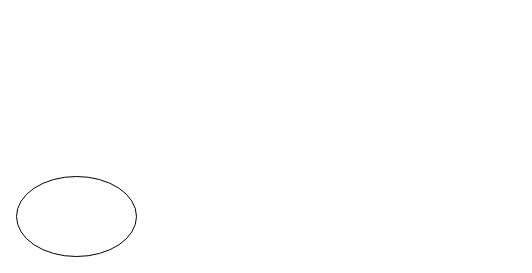
Earlier version of the draw.io diagram branch.drawio (izemsabrina/demo-github). Source tidied: cells renumbered, new cells numbered last; positions are measured from the earlier drawing's top-left corner, leaving out a move shared by most shapes. Both pictures are drawn from the tidied source at 100%, with x=0, y=0 at pixel (16, 176).
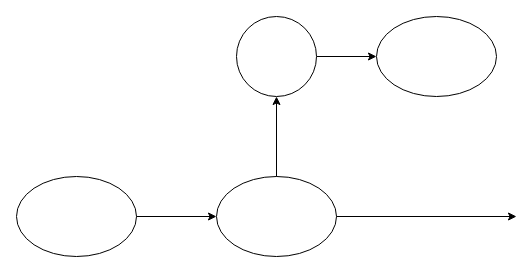
The same diagram, later.

The edit, as a diff of the source:
```diff
@@
 <mxGraphModel>
   <root>
     <mxCell id="0" />
     <mxCell id="1" parent="0" />
+    <mxCell id="3" style="edgeStyle=none;html=1;" parent="1" edge="1" source="2" target="6">
+      <mxGeometry relative="1" as="geometry" />
+    </mxCell>
     <mxCell id="2" style="ellipse;whiteSpace=wrap;html=1;gradientColor=default;fillColor=none;strokeColor=default;rounded=1;" parent="1" vertex="1">
       <mxGeometry width="120" height="80" as="geometry" />
     </mxCell>
+    <mxCell id="4" style="edgeStyle=none;html=1;" parent="1" edge="1" source="6">
+      <mxGeometry relative="1" as="geometry">
+        <mxPoint x="500" y="40" as="targetPoint" />
+      </mxGeometry>
+    </mxCell>
+    <mxCell id="5" style="edgeStyle=none;html=1;entryX=0.5;entryY=1;entryDx=0;entryDy=0;" parent="1" edge="1" source="6" target="8">
+      <mxGeometry relative="1" as="geometry" />
+    </mxCell>
+    <mxCell id="6" style="ellipse;whiteSpace=wrap;html=1;gradientColor=default;fillColor=none;strokeColor=default;rounded=1;" parent="1" vertex="1">
+      <mxGeometry x="200" width="120" height="80" as="geometry" />
+    </mxCell>
+    <mxCell id="7" style="edgeStyle=none;html=1;" parent="1" edge="1" source="8" target="9">
+      <mxGeometry relative="1" as="geometry" />
+    </mxCell>
+    <mxCell id="8" style="ellipse;whiteSpace=wrap;html=1;" parent="1" vertex="1">
+      <mxGeometry x="220" y="-160" width="80" height="80" as="geometry" />
+    </mxCell>
+    <mxCell id="9" style="ellipse;whiteSpace=wrap;html=1;" parent="1" vertex="1">
+      <mxGeometry x="360" y="-160" width="120" height="80" as="geometry" />
+    </mxCell>
   </root>
 </mxGraphModel>
```
